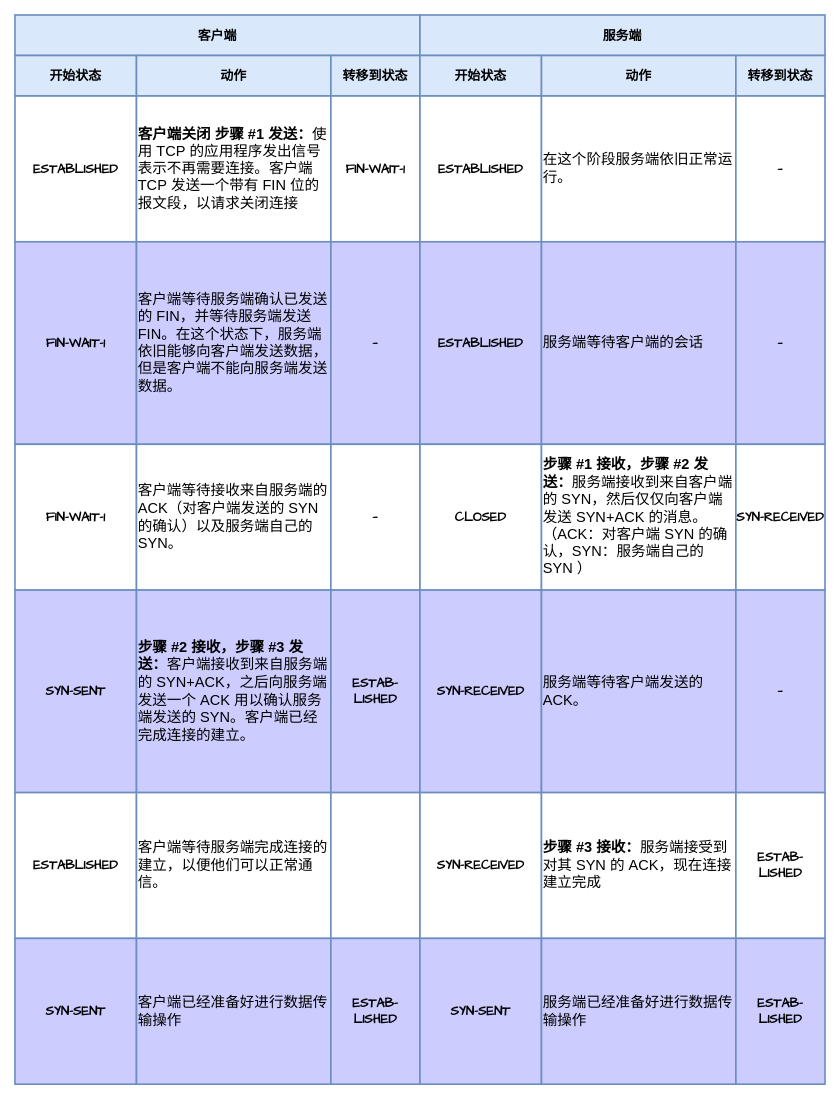
LuoSue/sscdn keeps this draw.io diagram as page "Page-7" (7 of 7) of TCP.drawio. Above is the earlier version. Source tidied: cells renumbered, new cells numbered last; positions are measured from the earlier drawing's top-left corner, leaving out a move shared by most shapes. Both pictures are drawn from the tidied source at 81%, with x=0, y=0 at pixel (15, 15).
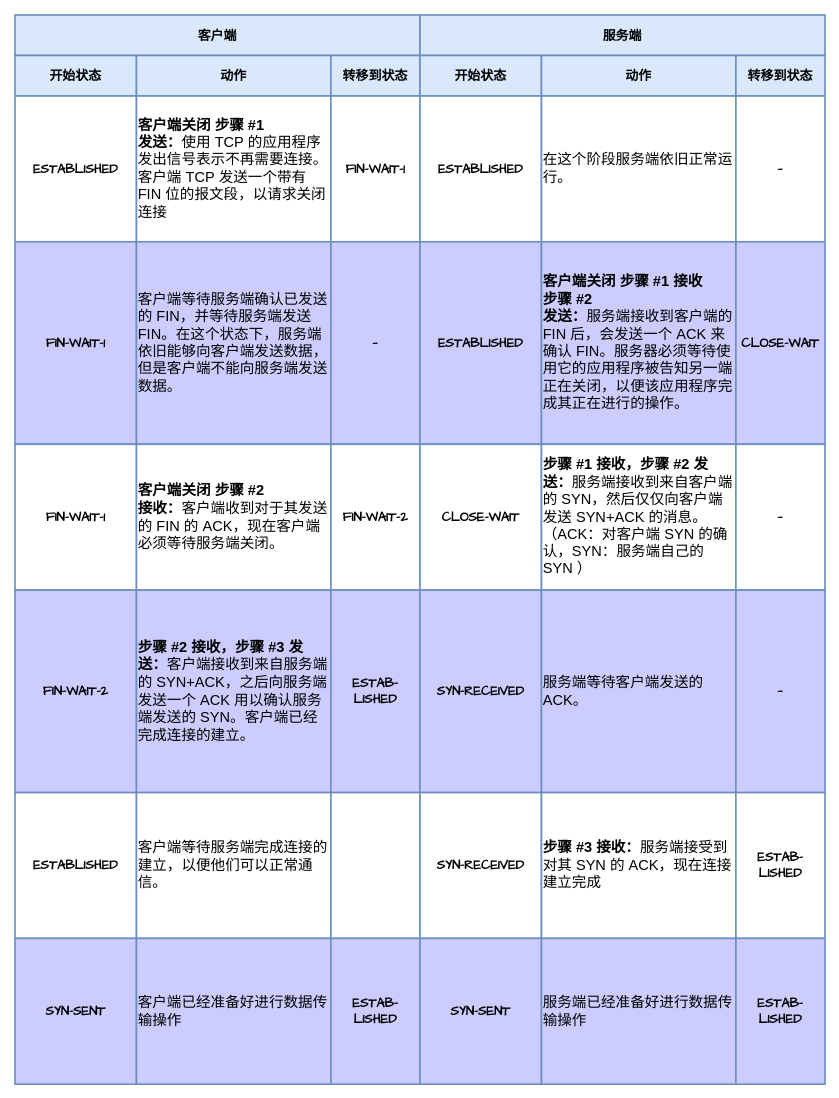
After the change.

What changed in the source:
```diff
@@
-    <mxCell id="11" value="&lt;font face=&quot;HarmonyOS Sans&quot;&gt;&lt;span style=&quot;font-size: 18px;&quot;&gt;&lt;b&gt;客户端关闭&amp;nbsp;步骤 #1&amp;nbsp;发送：&lt;/b&gt;使用 TCP&amp;nbsp;的应用程序发出信号表示不再需要连接。客户端 TCP&amp;nbsp;发送一个带有 FIN&amp;nbsp;位的报文段，以请求关闭连接&lt;/span&gt;&lt;/font&gt;" style="rounded=0;whiteSpace=wrap;html=1;strokeWidth=2;fillWeight=4;hachureGap=8;hachureAngle=45;fillColor=default;strokeColor=#6c8ebf;align=left;" parent="1" vertex="1">
+    <mxCell id="11" value="&lt;font face=&quot;HarmonyOS Sans&quot;&gt;&lt;span style=&quot;font-size: 18px;&quot;&gt;&lt;b&gt;客户端关闭&amp;nbsp;步骤 #1&lt;/b&gt;&lt;/span&gt;&lt;/font&gt;&lt;div&gt;&lt;font face=&quot;HarmonyOS Sans&quot;&gt;&lt;span style=&quot;font-size: 18px;&quot;&gt;&lt;b&gt;发送：&lt;/b&gt;使用 TCP&amp;nbsp;的应用程序发出信号表示不再需要连接。客户端 TCP&amp;nbsp;发送一个带有 FIN&amp;nbsp;位的报文段，以请求关闭连接&lt;/span&gt;&lt;/font&gt;&lt;/div&gt;" style="rounded=0;whiteSpace=wrap;html=1;strokeWidth=2;fillWeight=4;hachureGap=8;hachureAngle=45;fillColor=default;strokeColor=#6c8ebf;align=left;" parent="1" vertex="1">
       <mxGeometry x="150" y="100" width="240" height="180" as="geometry" />
     </mxCell>
@@
-    <mxCell id="20" value="&lt;font style=&quot;font-size: 18px;&quot; face=&quot;HarmonyOS Sans&quot;&gt;服务端等待客户端的会话&lt;/font&gt;" style="rounded=0;whiteSpace=wrap;html=1;strokeWidth=2;fillWeight=4;hachureGap=8;hachureAngle=45;fillColor=#CCCCFF;strokeColor=#6c8ebf;align=left;" parent="1" vertex="1">
+    <mxCell id="20" value="&lt;b style=&quot;font-family: &amp;quot;HarmonyOS Sans&amp;quot;; font-size: 18px;&quot;&gt;客户端关闭&amp;nbsp;步骤 #1&amp;nbsp;接收&lt;/b&gt;&lt;div&gt;&lt;b style=&quot;font-family: &amp;quot;HarmonyOS Sans&amp;quot;; font-size: 18px;&quot;&gt;步骤 #2&lt;/b&gt;&lt;/div&gt;&lt;div&gt;&lt;b style=&quot;font-family: &amp;quot;HarmonyOS Sans&amp;quot;; font-size: 18px;&quot;&gt;发送：&lt;/b&gt;&lt;span style=&quot;background-color: initial; font-size: 18px;&quot;&gt;&lt;font face=&quot;HarmonyOS Sans&quot;&gt;服务端接收到客户端的 FIN 后，会发送一个 ACK 来确认 FIN。服务器必须等待使用它的应用程序被告知另一端正在关闭，以便该应用程序完成其正在进行的操作。&lt;/font&gt;&lt;/span&gt;&lt;/div&gt;" style="rounded=0;whiteSpace=wrap;html=1;strokeWidth=2;fillWeight=4;hachureGap=8;hachureAngle=45;fillColor=#CCCCFF;strokeColor=#6c8ebf;align=left;" parent="1" vertex="1">
       <mxGeometry x="650" y="280" width="240" height="250" as="geometry" />
     </mxCell>
-    <mxCell id="21" value="&lt;font face=&quot;Comic Sans MS&quot;&gt;&lt;span style=&quot;font-size: 16px;&quot;&gt;&lt;b&gt;—&lt;/b&gt;&lt;/span&gt;&lt;/font&gt;" style="rounded=0;whiteSpace=wrap;html=1;strokeWidth=2;fillWeight=4;hachureGap=8;hachureAngle=45;fillColor=#CCCCFF;strokeColor=#6c8ebf;" parent="1" vertex="1">
+    <mxCell id="21" value="&lt;font face=&quot;Comic Sans MS&quot;&gt;&lt;span style=&quot;font-size: 16px;&quot;&gt;&lt;b&gt;CLOSE-WAIT&lt;/b&gt;&lt;/span&gt;&lt;/font&gt;" style="rounded=0;whiteSpace=wrap;html=1;strokeWidth=2;fillWeight=4;hachureGap=8;hachureAngle=45;fillColor=#CCCCFF;strokeColor=#6c8ebf;" parent="1" vertex="1">
       <mxGeometry x="890" y="280" width="110" height="250" as="geometry" />
     </mxCell>
@@
-    <mxCell id="23" value="&lt;font face=&quot;HarmonyOS Sans&quot;&gt;&lt;span style=&quot;font-size: 18px;&quot;&gt;客户端等待接收来自服务端的 ACK（对客户端发送的 SYN 的确认）以及服务端自己的 SYN。&lt;/span&gt;&lt;/font&gt;" style="rounded=0;whiteSpace=wrap;html=1;strokeWidth=2;fillWeight=4;hachureGap=8;hachureAngle=45;fillColor=default;strokeColor=#6c8ebf;align=left;" parent="1" vertex="1">
+    <mxCell id="23" value="&lt;font face=&quot;HarmonyOS Sans&quot;&gt;&lt;span style=&quot;font-size: 18px;&quot;&gt;&lt;b&gt;客户端关闭&amp;nbsp;步骤 #2&lt;/b&gt;&lt;/span&gt;&lt;/font&gt;&lt;div&gt;&lt;font face=&quot;HarmonyOS Sans&quot;&gt;&lt;span style=&quot;font-size: 18px;&quot;&gt;&lt;b&gt;接收：&lt;/b&gt;客户端收到对于其发送的 FIN&amp;nbsp;的 ACK，现在客户端必须等待服务端关闭。&lt;/span&gt;&lt;/font&gt;&lt;/div&gt;" style="rounded=0;whiteSpace=wrap;html=1;strokeWidth=2;fillWeight=4;hachureGap=8;hachureAngle=45;fillColor=default;strokeColor=#6c8ebf;align=left;" parent="1" vertex="1">
       <mxGeometry x="150" y="530" width="240" height="180" as="geometry" />
     </mxCell>
-    <mxCell id="24" value="&lt;span style=&quot;font-size: 16px;&quot;&gt;&lt;b style=&quot;&quot;&gt;&lt;font face=&quot;Comic Sans MS&quot;&gt;—&lt;/font&gt;&lt;/b&gt;&lt;/span&gt;" style="rounded=0;whiteSpace=wrap;html=1;strokeWidth=2;fillWeight=4;hachureGap=8;hachureAngle=45;fillColor=default;strokeColor=#6c8ebf;" parent="1" vertex="1">
+    <mxCell id="24" value="&lt;b style=&quot;font-family: &amp;quot;Comic Sans MS&amp;quot;; font-size: 16px;&quot;&gt;FIN-WAIT-2&lt;/b&gt;" style="rounded=0;whiteSpace=wrap;html=1;strokeWidth=2;fillWeight=4;hachureGap=8;hachureAngle=45;fillColor=default;strokeColor=#6c8ebf;" parent="1" vertex="1">
       <mxGeometry x="390" y="530" width="110" height="180" as="geometry" />
     </mxCell>
-    <mxCell id="25" value="&lt;font face=&quot;Comic Sans MS&quot;&gt;&lt;span style=&quot;font-size: 16px;&quot;&gt;&lt;b&gt;CLOSED&lt;/b&gt;&lt;/span&gt;&lt;/font&gt;" style="rounded=0;whiteSpace=wrap;html=1;strokeWidth=2;fillWeight=4;hachureGap=8;hachureAngle=45;fillColor=default;strokeColor=#6c8ebf;" parent="1" vertex="1">
+    <mxCell id="25" value="&lt;b style=&quot;font-family: &amp;quot;Comic Sans MS&amp;quot;; font-size: 16px;&quot;&gt;CLOSE-WAIT&lt;/b&gt;" style="rounded=0;whiteSpace=wrap;html=1;strokeWidth=2;fillWeight=4;hachureGap=8;hachureAngle=45;fillColor=default;strokeColor=#6c8ebf;" parent="1" vertex="1">
       <mxGeometry x="500" y="530" width="150" height="180" as="geometry" />
     </mxCell>
@@
-    <mxCell id="27" value="&lt;font face=&quot;Comic Sans MS&quot;&gt;&lt;span style=&quot;font-size: 16px;&quot;&gt;&lt;b&gt;SYN-RECEIVED&lt;/b&gt;&lt;/span&gt;&lt;/font&gt;" style="rounded=0;whiteSpace=wrap;html=1;strokeWidth=2;fillWeight=4;hachureGap=8;hachureAngle=45;fillColor=default;strokeColor=#6c8ebf;" parent="1" vertex="1">
+    <mxCell id="27" value="&lt;b style=&quot;font-size: 16px;&quot;&gt;&lt;font face=&quot;Comic Sans MS&quot;&gt;—&lt;/font&gt;&lt;/b&gt;" style="rounded=0;whiteSpace=wrap;html=1;strokeWidth=2;fillWeight=4;hachureGap=8;hachureAngle=45;fillColor=default;strokeColor=#6c8ebf;" parent="1" vertex="1">
       <mxGeometry x="890" y="530" width="110" height="180" as="geometry" />
     </mxCell>
-    <mxCell id="28" value="&lt;font face=&quot;Comic Sans MS&quot;&gt;&lt;span style=&quot;font-size: 16px;&quot;&gt;&lt;b&gt;SYN-SENT&lt;/b&gt;&lt;/span&gt;&lt;/font&gt;" style="rounded=0;whiteSpace=wrap;html=1;strokeWidth=2;fillWeight=4;hachureGap=8;hachureAngle=45;fillColor=#CCCCFF;strokeColor=#6c8ebf;" parent="1" vertex="1">
+    <mxCell id="28" value="&lt;b style=&quot;font-family: &amp;quot;Comic Sans MS&amp;quot;; font-size: 16px;&quot;&gt;FIN-WAIT-2&lt;/b&gt;" style="rounded=0;whiteSpace=wrap;html=1;strokeWidth=2;fillWeight=4;hachureGap=8;hachureAngle=45;fillColor=#CCCCFF;strokeColor=#6c8ebf;" parent="1" vertex="1">
       <mxGeometry y="710" width="150" height="250" as="geometry" />
     </mxCell>
```
